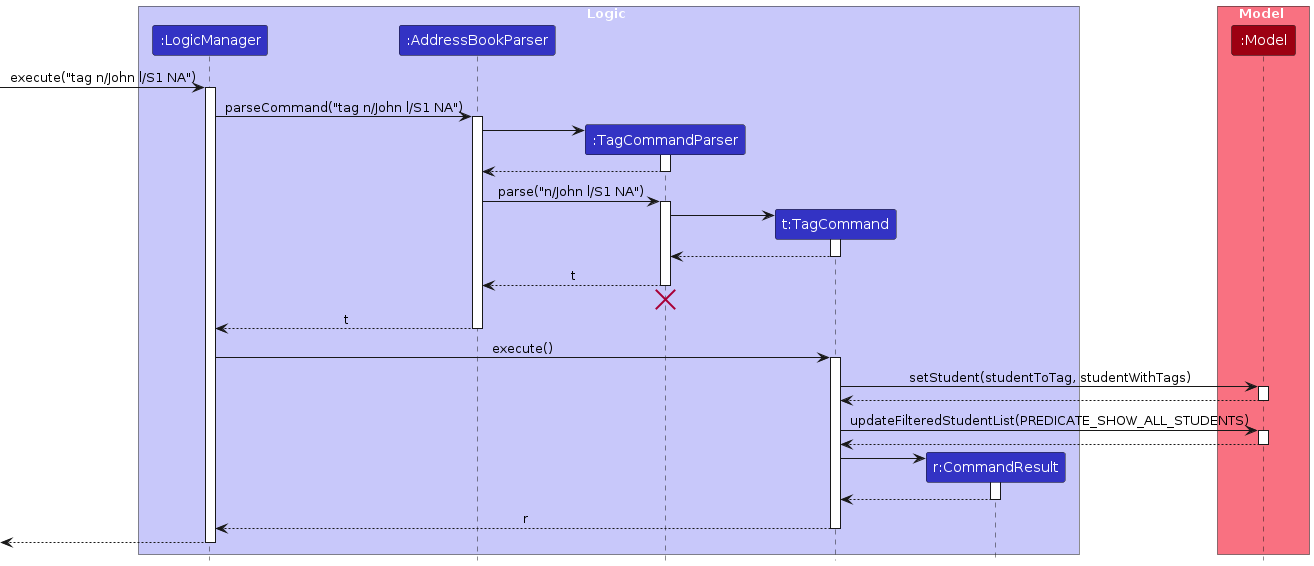
Before: diagrams/TagSequenceDiagram-Logic.png, a diagram exported from PlantUML (AY2425S1-CS2103T-W08-3/tp). Its source is kept beside it as diagrams/TagSequenceDiagram-Logic.puml. Its diagram source:
```plantuml
@startuml
!include style.puml
skinparam ArrowFontStyle plain

box Logic LOGIC_COLOR_T1
participant ":LogicManager" as LogicManager LOGIC_COLOR
participant ":AddressBookParser" as AddressBookParser LOGIC_COLOR
participant ":TagCommandParser" as TagCommandParser LOGIC_COLOR
participant "t:TagCommand" as TagCommand LOGIC_COLOR
participant "r:CommandResult" as CommandResult LOGIC_COLOR
end box

box Model MODEL_COLOR_T1
participant ":Model" as Model MODEL_COLOR
end box

[-> LogicManager : execute("tag n/John l/S1 NA")
activate LogicManager

LogicManager -> AddressBookParser : parseCommand("tag n/John l/S1 NA")
activate AddressBookParser

create TagCommandParser
AddressBookParser -> TagCommandParser
activate TagCommandParser

TagCommandParser --> AddressBookParser
deactivate

AddressBookParser -> TagCommandParser : parse("n/John l/S1 NA")
activate TagCommandParser

create TagCommand
TagCommandParser -> TagCommand
activate TagCommand

TagCommand --> TagCommandParser :
deactivate TagCommand

TagCommandParser --> AddressBookParser : t
deactivate TagCommandParser

TagCommandParser -[hidden]-> AddressBookParser
destroy TagCommandParser

AddressBookParser --> LogicManager : t
deactivate AddressBookParser

LogicManager -> TagCommand : execute()
activate TagCommand

TagCommand -> Model : setStudent(studentToTag, studentWithTags)
activate Model
Model --> TagCommand
deactivate Model

TagCommand -> Model : updateFilteredStudentList(PREDICATE_SHOW_ALL_STUDENTS)
activate Model
Model --> TagCommand
deactivate Model

create CommandResult
TagCommand -> CommandResult
activate CommandResult

CommandResult --> TagCommand
deactivate CommandResult

TagCommand --> LogicManager : r
deactivate TagCommand

[<--LogicManager
deactivate LogicManager
@enduml
```
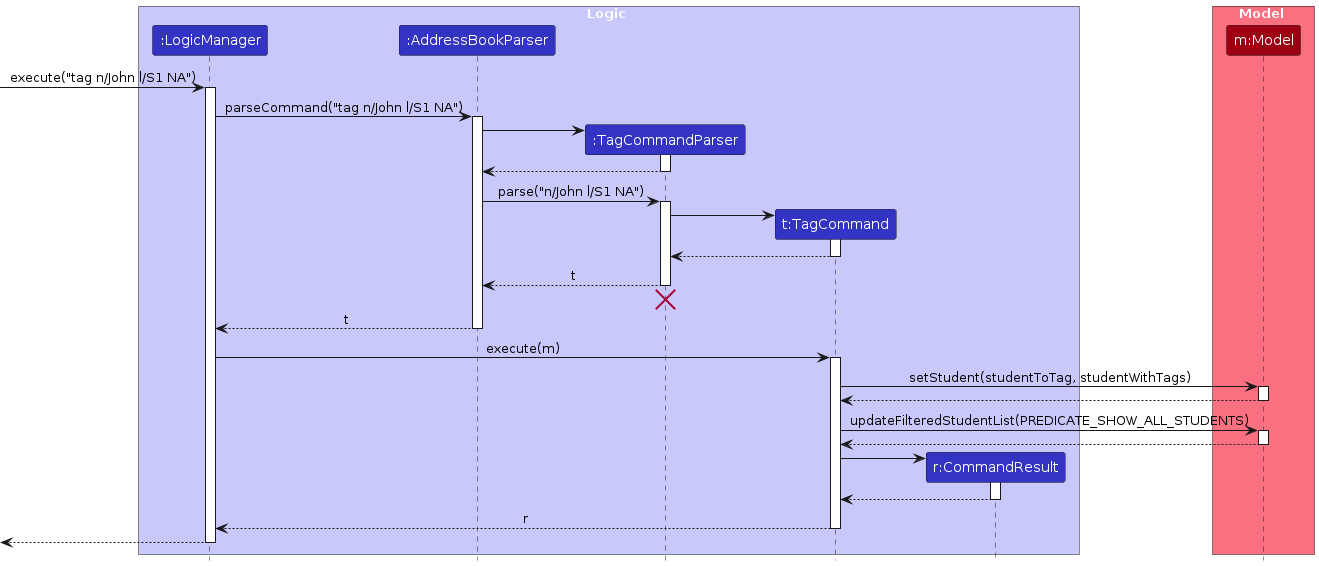
The same file after the commit.

Change to the diagram source:
```diff
@@ -11,7 +11,7 @@
 end box
 
 box Model MODEL_COLOR_T1
-participant ":Model" as Model MODEL_COLOR
+participant "m:Model" as Model MODEL_COLOR
 end box
 
 [-> LogicManager : execute("tag n/John l/S1 NA")
@@ -46,7 +46,7 @@
 AddressBookParser --> LogicManager : t
 deactivate AddressBookParser
 
-LogicManager -> TagCommand : execute()
+LogicManager -> TagCommand : execute(m)
 activate TagCommand
 
 TagCommand -> Model : setStudent(studentToTag, studentWithTags)
```
